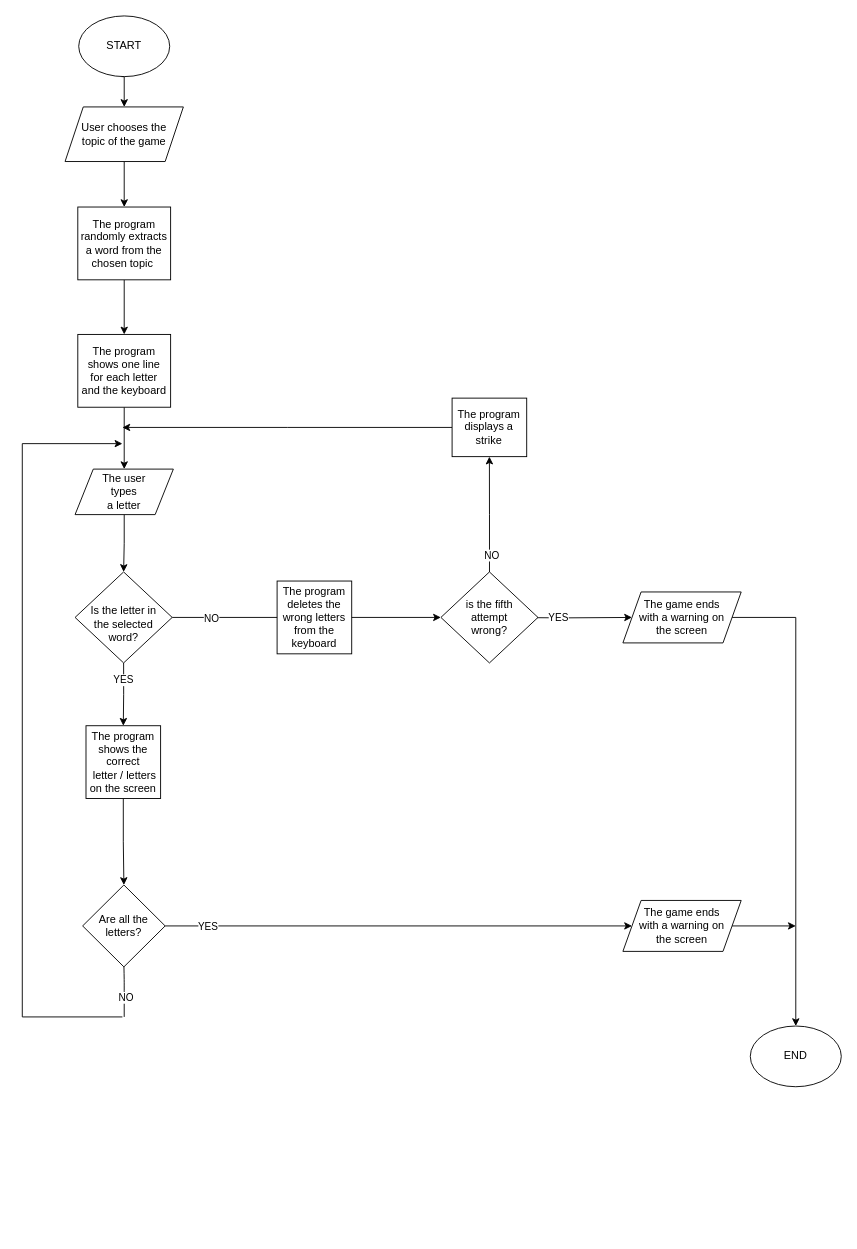
This is assets/flowchart/Hangman_flowchart.drawio from DomenicoMassimoCavaglieri/hangman_game, a draw.io file, before an edit. Source tidied: cells renumbered, new cells numbered last; positions are measured from the earlier drawing's top-left corner, leaving out a move shared by most shapes. Both pictures are drawn from the tidied source at 91%, with x=0, y=0 at pixel (22, 15).
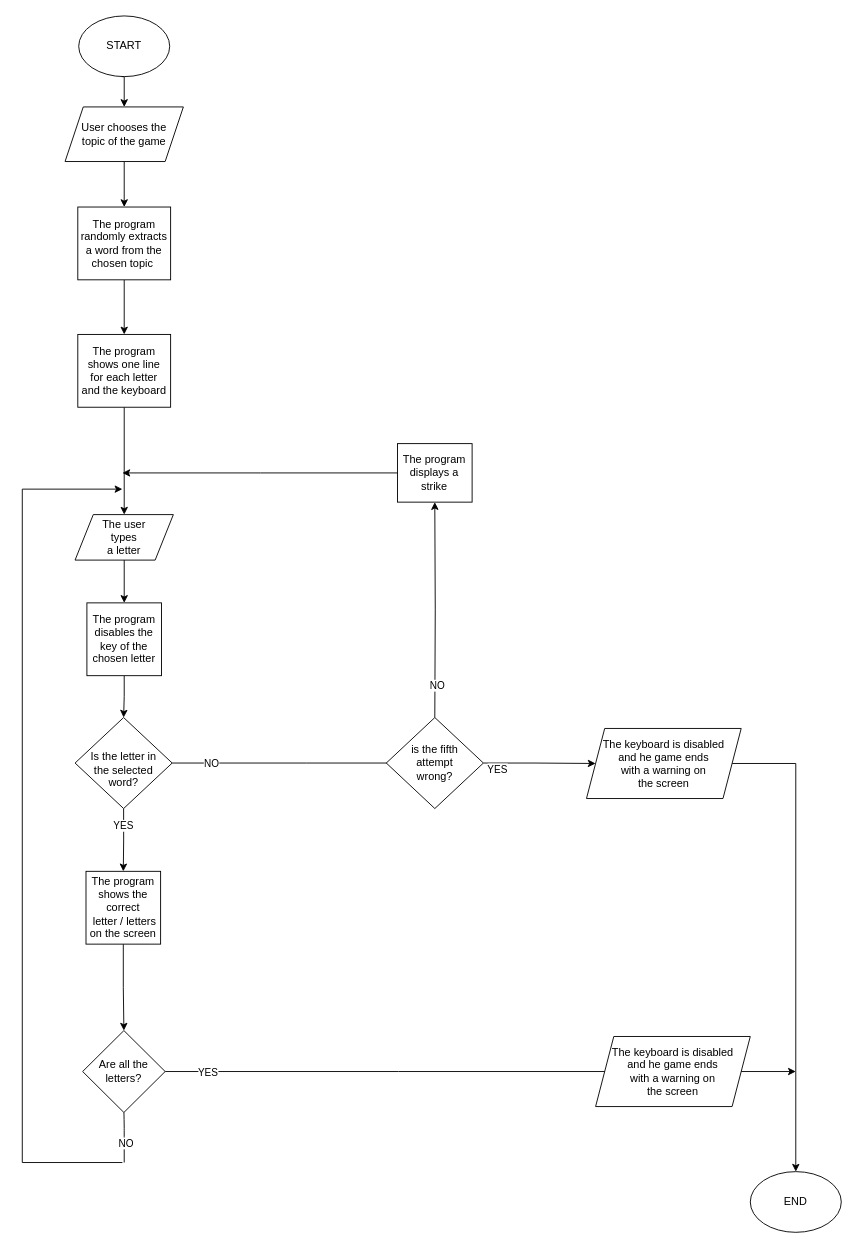
Above is the later version.

Unchanged cells that the change refers to:
```xml
<mxCell id="7" value="The program shows one line &lt;br&gt;for each letter &lt;br&gt;and the keyboard" style="rounded=0;whiteSpace=wrap;html=1;" parent="1" vertex="1">
  <mxGeometry x="61" y="350" width="102" height="80" as="geometry" />
</mxCell>
```

The edit, as a diff of the source:
```diff
@@
-    <mxCell id="6" style="edgeStyle=orthogonalEdgeStyle;rounded=0;jettySize=auto;html=1;entryX=0.5;entryY=0;entryDx=0;entryDy=0;" parent="1" edge="1" source="7" target="9">
+    <mxCell id="6" style="edgeStyle=orthogonalEdgeStyle;rounded=0;jettySize=auto;html=1;entryX=0.5;entryY=0;entryDx=0;entryDy=0;exitX=0.5;exitY=1;exitDx=0;exitDy=0;" parent="1" edge="1" source="7" target="9">
       <mxGeometry relative="1" as="geometry" />
     </mxCell>
@@
-    <mxCell id="8" style="edgeStyle=orthogonalEdgeStyle;rounded=0;jettySize=auto;html=1;entryX=0.5;entryY=0;entryDx=0;entryDy=0;" parent="1" edge="1" source="9" target="15">
+    <mxCell id="8" style="edgeStyle=orthogonalEdgeStyle;rounded=0;jettySize=auto;html=1;entryX=0.5;entryY=0;entryDx=0;entryDy=0;" parent="1" edge="1" source="38" target="15">
       <mxGeometry relative="1" as="geometry" />
     </mxCell>
     <mxCell id="9" value="The user &lt;br&gt;types &lt;br&gt;a letter" style="shape=parallelogram;perimeter=parallelogramPerimeter;whiteSpace=wrap;html=1;fixedSize=1;" parent="1" vertex="1">
-      <mxGeometry x="58" y="498" width="108" height="50" as="geometry" />
+      <mxGeometry x="58" y="548" width="108" height="50" as="geometry" />
     </mxCell>
@@
-    <mxCell id="12" style="edgeStyle=orthogonalEdgeStyle;rounded=0;jettySize=auto;html=1;entryX=0;entryY=0.5;entryDx=0;entryDy=0;" parent="1" edge="1" source="15" target="20">
-      <mxGeometry relative="1" as="geometry" />
+    <mxCell id="12" style="edgeStyle=orthogonalEdgeStyle;rounded=0;jettySize=auto;html=1;entryX=0;entryY=0.5;entryDx=0;entryDy=0;" parent="1" edge="1" source="15">
+      <mxGeometry relative="1" as="geometry">
+        <mxPoint x="460" y="821" as="targetPoint" />
+      </mxGeometry>
     </mxCell>
@@
     <mxCell id="15" value="&lt;br&gt;Is the letter in &lt;br&gt;the selected &lt;br&gt;word?" style="rhombus;whiteSpace=wrap;html=1;" parent="1" vertex="1">
-      <mxGeometry x="58" y="611" width="106.7" height="100" as="geometry" />
+      <mxGeometry x="58" y="771" width="106.7" height="100" as="geometry" />
     </mxCell>
-    <mxCell id="16" style="edgeStyle=orthogonalEdgeStyle;rounded=0;jettySize=auto;html=1;entryX=0.5;entryY=1;entryDx=0;entryDy=0;" parent="1" edge="1" source="20" target="22">
-      <mxGeometry relative="1" as="geometry" />
+    <mxCell id="16" style="edgeStyle=orthogonalEdgeStyle;rounded=0;jettySize=auto;html=1;entryX=0.5;entryY=1;entryDx=0;entryDy=0;" parent="1" edge="1" target="22">
+      <mxGeometry relative="1" as="geometry">
+        <mxPoint x="453.3" y="771" as="sourcePoint" />
+      </mxGeometry>
     </mxCell>
@@
-    <mxCell id="18" style="edgeStyle=orthogonalEdgeStyle;rounded=0;jettySize=auto;html=1;entryX=0;entryY=0.5;entryDx=0;entryDy=0;" parent="1" edge="1" target="24">
-      <mxGeometry relative="1" as="geometry">
-        <mxPoint x="526.7" y="661" as="sourcePoint" />
-      </mxGeometry>
-    </mxCell>
-    <mxCell id="19" value="YES" style="edgeLabel;html=1;align=center;verticalAlign=middle;" parent="18" vertex="1">
-      <mxGeometry x="-0.14" y="1" relative="1" as="geometry" />
-    </mxCell>
-    <mxCell id="20" value="is the fifth &lt;br&gt;attempt &lt;br&gt;wrong?" style="rhombus;whiteSpace=wrap;html=1;" parent="1" vertex="1">
-      <mxGeometry x="460" y="611" width="106.7" height="100" as="geometry" />
-    </mxCell>
     <mxCell id="21" style="edgeStyle=orthogonalEdgeStyle;rounded=0;jettySize=auto;html=1;" parent="1" edge="1" source="22">
       <mxGeometry relative="1" as="geometry">
-        <mxPoint x="110" y="452.2" as="targetPoint" />
+        <mxPoint x="110" y="502.2" as="targetPoint" />
       </mxGeometry>
     </mxCell>
     <mxCell id="22" value="The program displays a strike" style="rounded=0;whiteSpace=wrap;html=1;" parent="1" vertex="1">
-      <mxGeometry x="472.3" y="420" width="82" height="64.3" as="geometry" />
+      <mxGeometry x="412.3" y="470" width="82" height="64.3" as="geometry" />
     </mxCell>
@@
-    <mxCell id="24" value="The game ends &lt;br&gt;with a warning on &lt;br&gt;the&amp;nbsp;screen" style="shape=parallelogram;perimeter=parallelogramPerimeter;whiteSpace=wrap;html=1;fixedSize=1;" parent="1" vertex="1">
-      <mxGeometry x="660" y="633" width="130" height="56" as="geometry" />
+    <mxCell id="24" value="The keyboard is disabled&lt;br&gt;and he game ends &lt;br&gt;with a warning on &lt;br&gt;the&amp;nbsp;screen" style="shape=parallelogram;perimeter=parallelogramPerimeter;whiteSpace=wrap;html=1;fixedSize=1;" parent="1" vertex="1">
+      <mxGeometry x="620" y="783" width="170" height="77" as="geometry" />
     </mxCell>
@@
     <mxCell id="26" value="The program shows the&lt;br&gt;correct&lt;br&gt;&amp;nbsp;letter / letters on the screen" style="rounded=0;whiteSpace=wrap;html=1;" parent="1" vertex="1">
-      <mxGeometry x="70" y="780" width="82" height="80" as="geometry" />
+      <mxGeometry x="70" y="940" width="82" height="80" as="geometry" />
     </mxCell>
-    <mxCell id="27" style="edgeStyle=orthogonalEdgeStyle;rounded=0;jettySize=auto;html=1;entryX=0;entryY=0.5;entryDx=0;entryDy=0;" parent="1" edge="1" source="29" target="32">
-      <mxGeometry relative="1" as="geometry" />
+    <mxCell id="27" style="edgeStyle=orthogonalEdgeStyle;rounded=0;jettySize=auto;html=1;entryX=0;entryY=0.5;entryDx=0;entryDy=0;" parent="1" edge="1" source="29">
+      <mxGeometry relative="1" as="geometry">
+        <mxPoint x="670" y="1160" as="targetPoint" />
+      </mxGeometry>
     </mxCell>
@@
     <mxCell id="29" value="Are all the &lt;br&gt;letters?" style="rhombus;whiteSpace=wrap;html=1;" parent="1" vertex="1">
-      <mxGeometry x="66.3" y="955" width="90.7" height="90" as="geometry" />
+      <mxGeometry x="66.3" y="1115" width="90.7" height="90" as="geometry" />
     </mxCell>
     <mxCell id="30" style="endArrow=none;html=1;" parent="1" edge="1">
       <mxGeometry relative="1" as="geometry">
-        <mxPoint y="1100" as="sourcePoint" />
-        <mxPoint y="470" as="targetPoint" />
+        <mxPoint y="1260" as="sourcePoint" />
+        <mxPoint y="520" as="targetPoint" />
       </mxGeometry>
     </mxCell>
     <mxCell id="31" style="endArrow=classic;html=1;" parent="1" edge="1">
       <mxGeometry relative="1" as="geometry">
-        <mxPoint y="470" as="sourcePoint" />
-        <mxPoint x="110" y="470" as="targetPoint" />
+        <mxPoint y="520" as="sourcePoint" />
+        <mxPoint x="110" y="520" as="targetPoint" />
       </mxGeometry>
     </mxCell>
-    <mxCell id="32" value="The game ends &lt;br&gt;with a warning on &lt;br&gt;the&amp;nbsp;screen" style="shape=parallelogram;perimeter=parallelogramPerimeter;whiteSpace=wrap;html=1;fixedSize=1;" parent="1" vertex="1">
-      <mxGeometry x="660" y="972" width="130" height="56" as="geometry" />
-    </mxCell>
     <mxCell id="33" value="END" style="ellipse;whiteSpace=wrap;html=1;" parent="1" vertex="1">
-      <mxGeometry x="800" y="1110" width="100" height="66.7" as="geometry" />
+      <mxGeometry x="800" y="1270" width="100" height="66.7" as="geometry" />
     </mxCell>
-    <mxCell id="34" style="endArrow=classic;html=1;exitX=1;exitY=0.5;exitDx=0;exitDy=0;" parent="1" edge="1" source="32">
+    <mxCell id="34" style="endArrow=classic;html=1;exitX=1;exitY=0.5;exitDx=0;exitDy=0;" parent="1" edge="1">
       <mxGeometry relative="1" as="geometry">
-        <mxPoint x="850" y="1000" as="targetPoint" />
+        <mxPoint x="780" y="1160" as="sourcePoint" />
+        <mxPoint x="850" y="1160" as="targetPoint" />
       </mxGeometry>
     </mxCell>
     <mxCell id="35" style="endArrow=none;html=1;" parent="1" edge="1">
       <mxGeometry relative="1" as="geometry">
-        <mxPoint y="1100" as="sourcePoint" />
-        <mxPoint x="110" y="1100" as="targetPoint" />
+        <mxPoint y="1260" as="sourcePoint" />
+        <mxPoint x="110" y="1260" as="targetPoint" />
       </mxGeometry>
     </mxCell>
     <mxCell id="36" style="endArrow=none;html=1;entryX=0.5;entryY=1;entryDx=0;entryDy=0;" parent="1" edge="1">
       <mxGeometry relative="1" as="geometry">
-        <mxPoint x="112" y="1100" as="sourcePoint" />
-        <mxPoint x="111.7" y="1045" as="targetPoint" />
+        <mxPoint x="112" y="1260" as="sourcePoint" />
+        <mxPoint x="111.7" y="1205" as="targetPoint" />
         <Array as="points">
-          <mxPoint x="112" y="1070" />
-          <mxPoint x="112" y="1060" />
+          <mxPoint x="112" y="1230" />
+          <mxPoint x="112" y="1220" />
         </Array>
       </mxGeometry>
     </mxCell>
@@
-    <mxCell id="38" value="The program deletes the wrong letters from the keyboard" style="rounded=0;whiteSpace=wrap;html=1;" parent="1" vertex="1">
-      <mxGeometry x="280" y="621" width="82" height="80" as="geometry" />
+    <mxCell id="38" value="The program disables the key of the chosen letter" style="rounded=0;whiteSpace=wrap;html=1;" parent="1" vertex="1">
+      <mxGeometry x="71" y="645" width="82" height="80" as="geometry" />
     </mxCell>
+    <mxCell id="39" style="edgeStyle=orthogonalEdgeStyle;rounded=0;jettySize=auto;html=1;entryX=0.5;entryY=0;entryDx=0;entryDy=0;" parent="1" edge="1" source="9" target="38">
+      <mxGeometry relative="1" as="geometry" />
+    </mxCell>
+    <mxCell id="40" style="edgeStyle=orthogonalEdgeStyle;rounded=0;jettySize=auto;html=1;" parent="1" edge="1" source="20" target="24">
+      <mxGeometry relative="1" as="geometry" />
+    </mxCell>
+    <mxCell id="19" value="YES" style="edgeLabel;html=1;align=center;verticalAlign=middle;" parent="40" vertex="1">
+      <mxGeometry x="-0.72" y="-7" relative="1" as="geometry">
+        <mxPoint x="-2" y="-1" as="offset" />
+      </mxGeometry>
+    </mxCell>
+    <mxCell id="20" value="is the fifth &lt;br&gt;attempt &lt;br&gt;wrong?" style="rhombus;whiteSpace=wrap;html=1;" parent="1" vertex="1">
+      <mxGeometry x="400" y="771" width="106.7" height="100" as="geometry" />
+    </mxCell>
+    <mxCell id="41" value="The keyboard is disabled&lt;br&gt;and he game ends &lt;br&gt;with a warning on &lt;br&gt;the&amp;nbsp;screen" style="shape=parallelogram;perimeter=parallelogramPerimeter;whiteSpace=wrap;html=1;fixedSize=1;" parent="1" vertex="1">
+      <mxGeometry x="630" y="1121.5" width="170" height="77" as="geometry" />
+    </mxCell>
```
